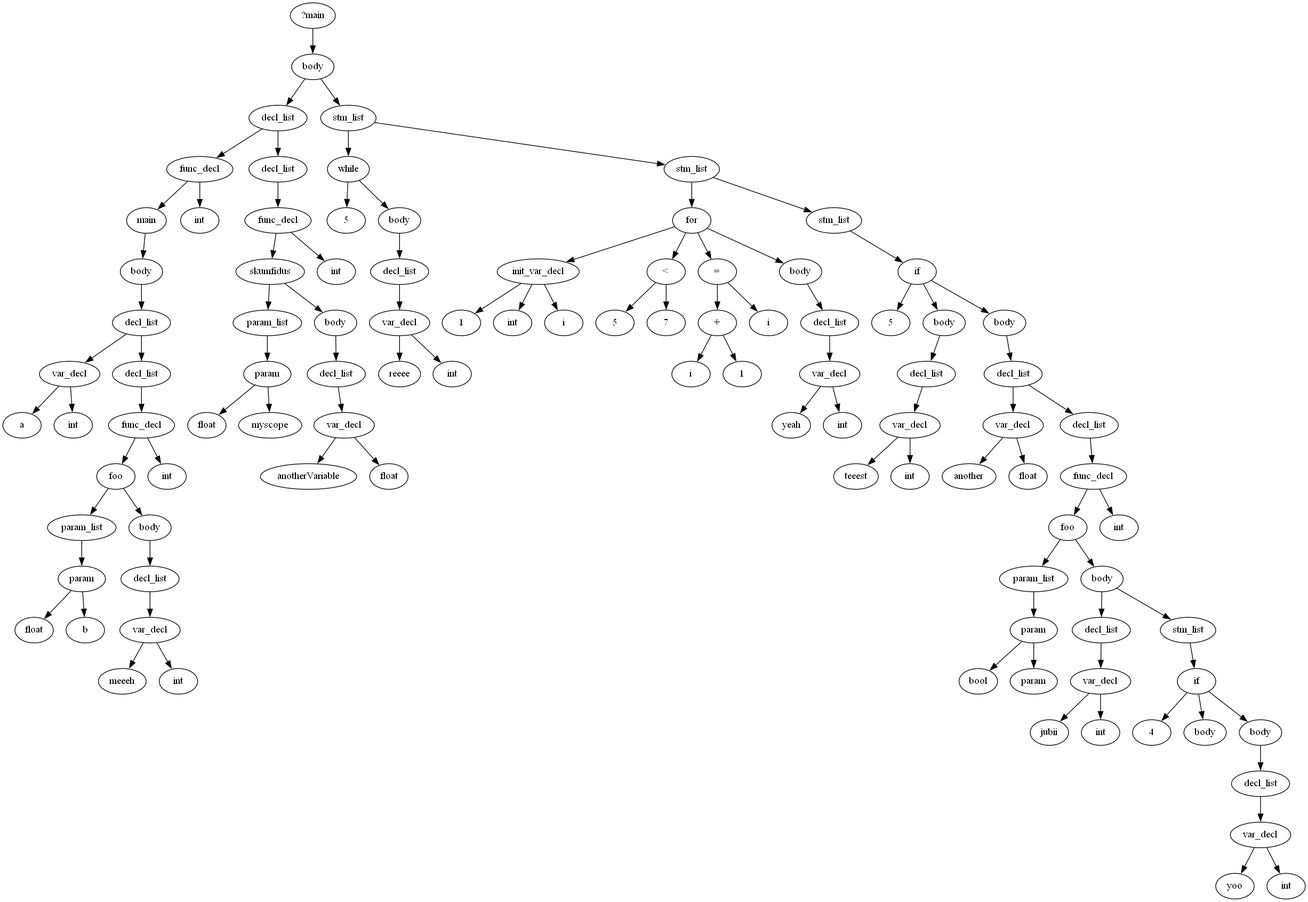
KianBankeLarsen/Compiler keeps this Graphviz diagram as printers/images/AST.gv.png. Above is the earlier version. Its source is kept beside it as printers/images/AST.gv.
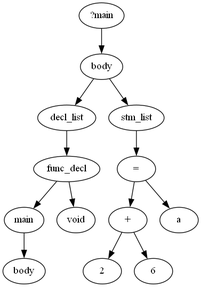
Above is the later version.

Change to the diagram source:
```diff
@@ -4,196 +4,24 @@
 	2 [label=func_decl]
 	3 [label=main]
 	4 [label=body]
-	5 [label=var_decl]
-	6 [label=a]
-	7 [label=int]
-	5 -> 6
-	5 -> 7
-	8 [label=decl_list]
-	9 [label=func_decl]
-	10 [label=foo]
-	11 [label=param]
-	12 [label=float]
-	13 [label=b]
+	3 -> 4
+	5 [label=void]
+	2 -> 3
+	2 -> 5
+	6 [label=decl_list]
+	6 -> 2
+	1 -> 6
+	7 [label=stm_list]
+	8 [label=2]
+	9 [label=6]
+	10 [label="+"]
+	10 -> 8
+	10 -> 9
+	11 [label="="]
+	12 [label=a]
 	11 -> 12
-	11 -> 13
-	14 [label=param_list]
-	14 -> 11
-	10 -> 14
-	15 [label=body]
-	16 [label=var_decl]
-	17 [label=meeeh]
-	18 [label=int]
-	16 -> 17
-	16 -> 18
-	19 [label=decl_list]
-	19 -> 16
-	15 -> 19
-	10 -> 15
-	20 [label=int]
-	9 -> 10
-	9 -> 20
-	21 [label=decl_list]
-	21 -> 9
-	8 -> 21
-	8 -> 5
-	4 -> 8
-	3 -> 4
-	22 [label=int]
-	2 -> 3
-	2 -> 22
-	23 [label=decl_list]
-	24 [label=func_decl]
-	25 [label=skumfidus]
-	26 [label=param]
-	27 [label=float]
-	28 [label=myscope]
-	26 -> 27
-	26 -> 28
-	29 [label=param_list]
-	29 -> 26
-	25 -> 29
-	30 [label=body]
-	31 [label=var_decl]
-	32 [label=anotherVariable]
-	33 [label=float]
-	31 -> 32
-	31 -> 33
-	34 [label=decl_list]
-	34 -> 31
-	30 -> 34
-	25 -> 30
-	35 [label=int]
-	24 -> 25
-	24 -> 35
-	36 [label=decl_list]
-	36 -> 24
-	23 -> 36
-	23 -> 2
-	1 -> 23
-	37 [label=stm_list]
-	38 [label=5]
-	39 [label=body]
-	40 [label=var_decl]
-	41 [label=reeee]
-	42 [label=int]
-	40 -> 41
-	40 -> 42
-	43 [label=decl_list]
-	43 -> 40
-	39 -> 43
-	44 [label=while]
-	44 -> 38
-	44 -> 39
-	37 -> 44
-	45 [label=stm_list]
-	46 [label=init_var_decl]
-	47 [label=1]
-	48 [label=int]
-	49 [label=i]
-	46 -> 48
-	46 -> 49
-	46 -> 47
-	50 [label=5]
-	51 [label=7]
-	52 [label="<"]
-	52 -> 50
-	52 -> 51
-	53 [label=i]
-	54 [label=1]
-	55 [label="+"]
-	55 -> 53
-	55 -> 54
-	56 [label="="]
-	57 [label=i]
-	56 -> 57
-	56 -> 55
-	58 [label=body]
-	59 [label=var_decl]
-	60 [label=yeah]
-	61 [label=int]
-	59 -> 60
-	59 -> 61
-	62 [label=decl_list]
-	62 -> 59
-	58 -> 62
-	63 [label=for]
-	63 -> 46
-	63 -> 52
-	63 -> 56
-	63 -> 58
-	45 -> 63
-	64 [label=stm_list]
-	65 [label=5]
-	66 [label=body]
-	67 [label=var_decl]
-	68 [label=teeest]
-	69 [label=int]
-	67 -> 68
-	67 -> 69
-	70 [label=decl_list]
-	70 -> 67
-	66 -> 70
-	71 [label=if]
-	72 [label=body]
-	73 [label=var_decl]
-	74 [label=another]
-	75 [label=float]
-	73 -> 74
-	73 -> 75
-	76 [label=decl_list]
-	77 [label=func_decl]
-	78 [label=foo]
-	79 [label=param]
-	80 [label=bool]
-	81 [label=param]
-	79 -> 80
-	79 -> 81
-	82 [label=param_list]
-	82 -> 79
-	78 -> 82
-	83 [label=body]
-	84 [label=var_decl]
-	85 [label=jubii]
-	86 [label=int]
-	84 -> 85
-	84 -> 86
-	87 [label=decl_list]
-	87 -> 84
-	83 -> 87
-	88 [label=stm_list]
-	89 [label=4]
-	90 [label=body]
-	91 [label=if]
-	92 [label=body]
-	93 [label=var_decl]
-	94 [label=yoo]
-	95 [label=int]
-	93 -> 94
-	93 -> 95
-	96 [label=decl_list]
-	96 -> 93
-	92 -> 96
-	91 -> 92
-	91 -> 89
-	91 -> 90
-	88 -> 91
-	83 -> 88
-	78 -> 83
-	97 [label=int]
-	77 -> 78
-	77 -> 97
-	98 [label=decl_list]
-	98 -> 77
-	76 -> 98
-	76 -> 73
-	72 -> 76
-	71 -> 72
-	71 -> 65
-	71 -> 66
-	64 -> 71
-	45 -> 64
-	37 -> 45
-	1 -> 37
+	11 -> 10
+	7 -> 11
+	1 -> 7
 	0 -> 1
 }
```
